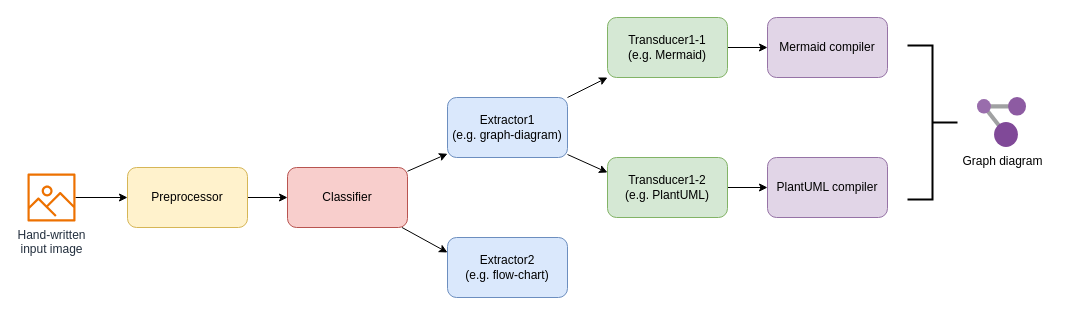
Above: doc/assets/diagrams/overview.drawio in nricciardi/diagram (draw.io), before the change. Source tidied: cells renumbered, new cells numbered last; positions are measured from the earlier drawing's top-left corner, leaving out a move shared by most shapes. Both pictures are drawn from the tidied source at 100%, with x=0, y=0 at pixel (27, 17).
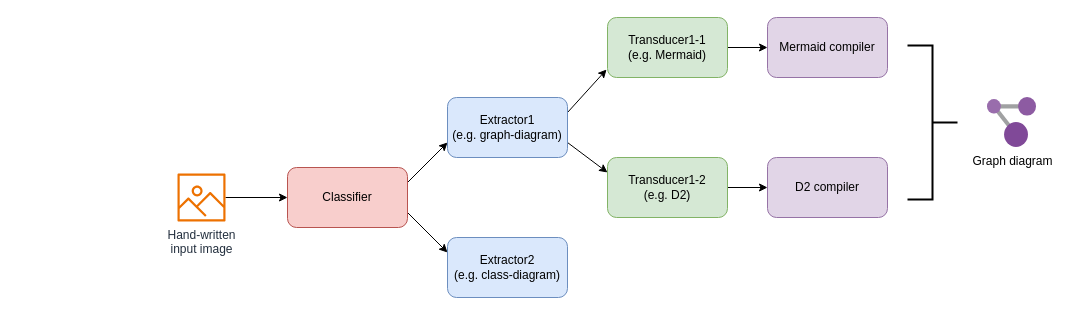
The same page after the edit.

The change refers to these unchanged cells:
```xml
<mxCell id="6" value="Classifier" style="rounded=1;whiteSpace=wrap;html=1;fillColor=#f8cecc;strokeColor=#b85450;" parent="1" vertex="1">
  <mxGeometry x="260" y="150" width="120" height="60" as="geometry" />
</mxCell>
<mxCell id="9" value="&lt;div&gt;Extractor1&lt;/div&gt;&lt;div&gt;(e.g. graph-diagram)&lt;/div&gt;" style="rounded=1;whiteSpace=wrap;html=1;fillColor=#dae8fc;strokeColor=#6c8ebf;" parent="1" vertex="1">
  <mxGeometry x="420" y="80" width="120" height="60" as="geometry" />
</mxCell>
<mxCell id="12" value="Transducer1-1&lt;div&gt;(e.g. Mermaid)&lt;/div&gt;" style="rounded=1;whiteSpace=wrap;html=1;fillColor=#d5e8d4;strokeColor=#82b366;" parent="1" vertex="1">
  <mxGeometry x="580" width="120" height="60" as="geometry" />
</mxCell>
```

What changed in the source:
```diff
@@
-    <mxCell id="2" style="edgeStyle=orthogonalEdgeStyle;rounded=0;jettySize=auto;html=1;" parent="1" edge="1" source="3" target="6">
+    <mxCell id="2" style="edgeStyle=orthogonalEdgeStyle;rounded=0;jettySize=auto;html=1;" parent="1" edge="1" source="18" target="6">
       <mxGeometry relative="1" as="geometry" />
     </mxCell>
-    <mxCell id="3" value="Preprocessor" style="rounded=1;whiteSpace=wrap;html=1;fillColor=#fff2cc;strokeColor=#d6b656;" parent="1" vertex="1">
-      <mxGeometry x="100" y="150" width="120" height="60" as="geometry" />
-    </mxCell>
-    <mxCell id="4" style="rounded=0;jettySize=auto;html=1;" parent="1" edge="1" source="6" target="9">
+    <mxCell id="4" style="rounded=0;jettySize=auto;html=1;exitX=1;exitY=0.25;exitDx=0;exitDy=0;entryX=0;entryY=0.75;entryDx=0;entryDy=0;" parent="1" edge="1" source="6" target="9">
       <mxGeometry relative="1" as="geometry" />
     </mxCell>
-    <mxCell id="5" style="rounded=0;jettySize=auto;html=1;entryX=0;entryY=0.25;entryDx=0;entryDy=0;" parent="1" edge="1" source="6" target="10">
+    <mxCell id="5" style="rounded=0;jettySize=auto;html=1;entryX=0;entryY=0.25;entryDx=0;entryDy=0;exitX=1;exitY=0.75;exitDx=0;exitDy=0;" parent="1" edge="1" source="6" target="10">
       <mxGeometry relative="1" as="geometry" />
     </mxCell>
@@
-    <mxCell id="7" style="rounded=0;jettySize=auto;html=1;" parent="1" edge="1" source="9" target="12">
+    <mxCell id="7" style="rounded=0;jettySize=auto;html=1;exitX=1;exitY=0.25;exitDx=0;exitDy=0;entryX=-0.008;entryY=0.867;entryDx=0;entryDy=0;entryPerimeter=0;" parent="1" edge="1" source="9" target="12">
       <mxGeometry relative="1" as="geometry" />
     </mxCell>
-    <mxCell id="8" style="rounded=0;jettySize=auto;html=1;entryX=0;entryY=0.25;entryDx=0;entryDy=0;" parent="1" edge="1" source="9" target="14">
+    <mxCell id="8" style="rounded=0;jettySize=auto;html=1;entryX=0;entryY=0.25;entryDx=0;entryDy=0;exitX=1;exitY=0.75;exitDx=0;exitDy=0;" parent="1" edge="1" source="9" target="14">
       <mxGeometry relative="1" as="geometry" />
     </mxCell>
@@
-    <mxCell id="10" value="&lt;div&gt;Extractor2&lt;/div&gt;&lt;div&gt;(e.g. flow-chart)&lt;/div&gt;" style="rounded=1;whiteSpace=wrap;html=1;fillColor=#dae8fc;strokeColor=#6c8ebf;" parent="1" vertex="1">
+    <mxCell id="10" value="&lt;div&gt;Extractor2&lt;/div&gt;&lt;div&gt;(e.g. class-diagram)&lt;/div&gt;" style="rounded=1;whiteSpace=wrap;html=1;fillColor=#dae8fc;strokeColor=#6c8ebf;" parent="1" vertex="1">
       <mxGeometry x="420" y="220" width="120" height="60" as="geometry" />
     </mxCell>
@@
-    <mxCell id="14" value="Transducer1-2&lt;div&gt;(e.g. PlantUML)&lt;/div&gt;" style="rounded=1;whiteSpace=wrap;html=1;fillColor=#d5e8d4;strokeColor=#82b366;" parent="1" vertex="1">
+    <mxCell id="14" value="Transducer1-2&lt;div&gt;(e.g. D2)&lt;/div&gt;" style="rounded=1;whiteSpace=wrap;html=1;fillColor=#d5e8d4;strokeColor=#82b366;" parent="1" vertex="1">
       <mxGeometry x="580" y="140" width="120" height="60" as="geometry" />
     </mxCell>
@@
-    <mxCell id="16" value="PlantUML compiler" style="rounded=1;whiteSpace=wrap;html=1;fillColor=#e1d5e7;strokeColor=#9673a6;" parent="1" vertex="1">
+    <mxCell id="16" value="D2 compiler" style="rounded=1;whiteSpace=wrap;html=1;fillColor=#e1d5e7;strokeColor=#9673a6;" parent="1" vertex="1">
       <mxGeometry x="740" y="140" width="120" height="60" as="geometry" />
     </mxCell>
-    <mxCell id="17" style="edgeStyle=orthogonalEdgeStyle;rounded=0;jettySize=auto;html=1;" parent="1" edge="1" source="18" target="3">
-      <mxGeometry relative="1" as="geometry" />
-    </mxCell>
     <mxCell id="18" value="&lt;div&gt;Hand-written&lt;/div&gt;&lt;div&gt;input image&lt;/div&gt;" style="sketch=0;outlineConnect=0;fontColor=#232F3E;gradientColor=none;fillColor=#ED7100;strokeColor=none;dashed=0;verticalLabelPosition=bottom;verticalAlign=top;align=center;html=1;fontSize=12;fontStyle=0;shape=mxgraph.aws4.container_registry_image;" parent="1" vertex="1">
-      <mxGeometry y="156" width="48" height="48" as="geometry" />
+      <mxGeometry x="150" y="156" width="48" height="48" as="geometry" />
     </mxCell>
@@
     <mxCell id="20" value="Graph diagram" style="image;sketch=0;html=1;align=center;fontSize=12;image=img/lib/mscae/Resource_Graph_Explorer.svg;" parent="1" vertex="1">
-      <mxGeometry x="950" y="80" width="49" height="50" as="geometry" />
+      <mxGeometry x="960" y="80" width="49" height="50" as="geometry" />
     </mxCell>
```
